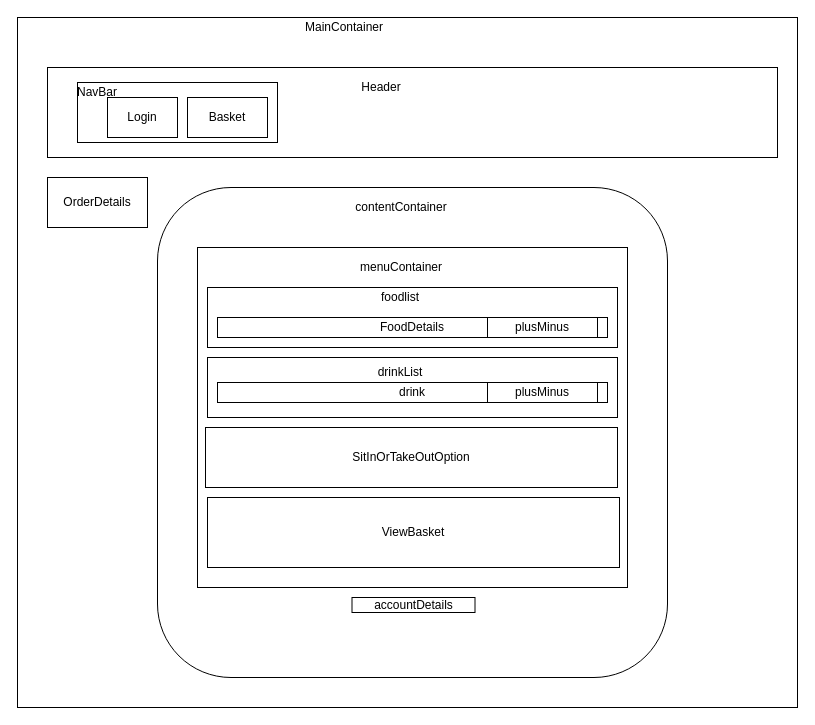
This is diagrams_prototype/UI_app_structure.drawio from Katie-Sloan/E44_Final_Project, a draw.io file, before an edit. Source tidied: cells renumbered, new cells numbered last; positions are measured from the earlier drawing's top-left corner, leaving out a move shared by most shapes. Both pictures are drawn from the tidied source at 100%, with x=0, y=0 at pixel (17, 17).
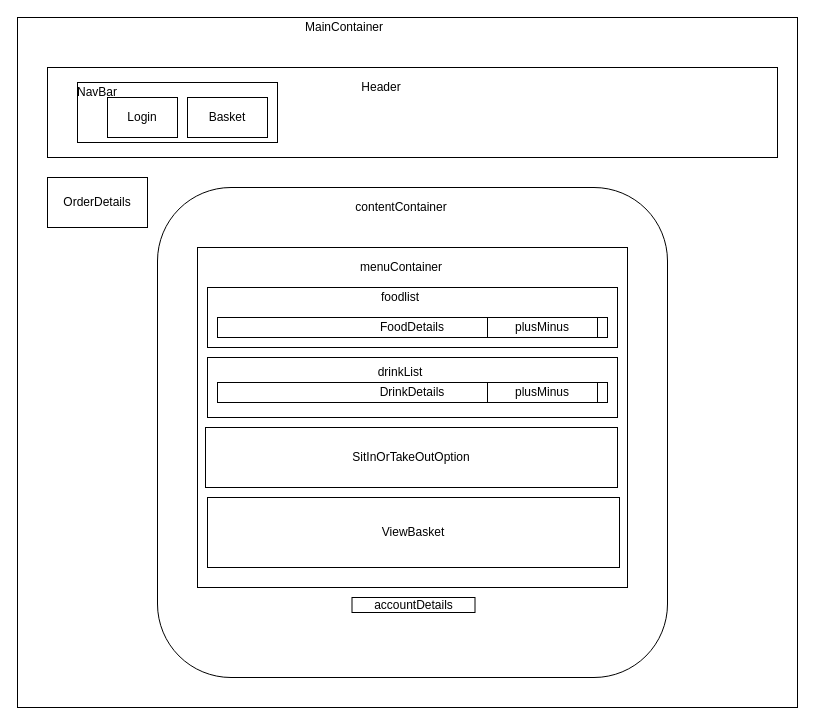
The same diagram, later.

The edit, as a diff of the source:
```diff
@@
-    <mxCell id="19" value="drink" style="rounded=0;whiteSpace=wrap;html=1;" parent="1" vertex="1">
+    <mxCell id="19" value="DrinkDetails" style="rounded=0;whiteSpace=wrap;html=1;" parent="1" vertex="1">
       <mxGeometry x="200" y="365" width="390" height="20" as="geometry" />
     </mxCell>
```
